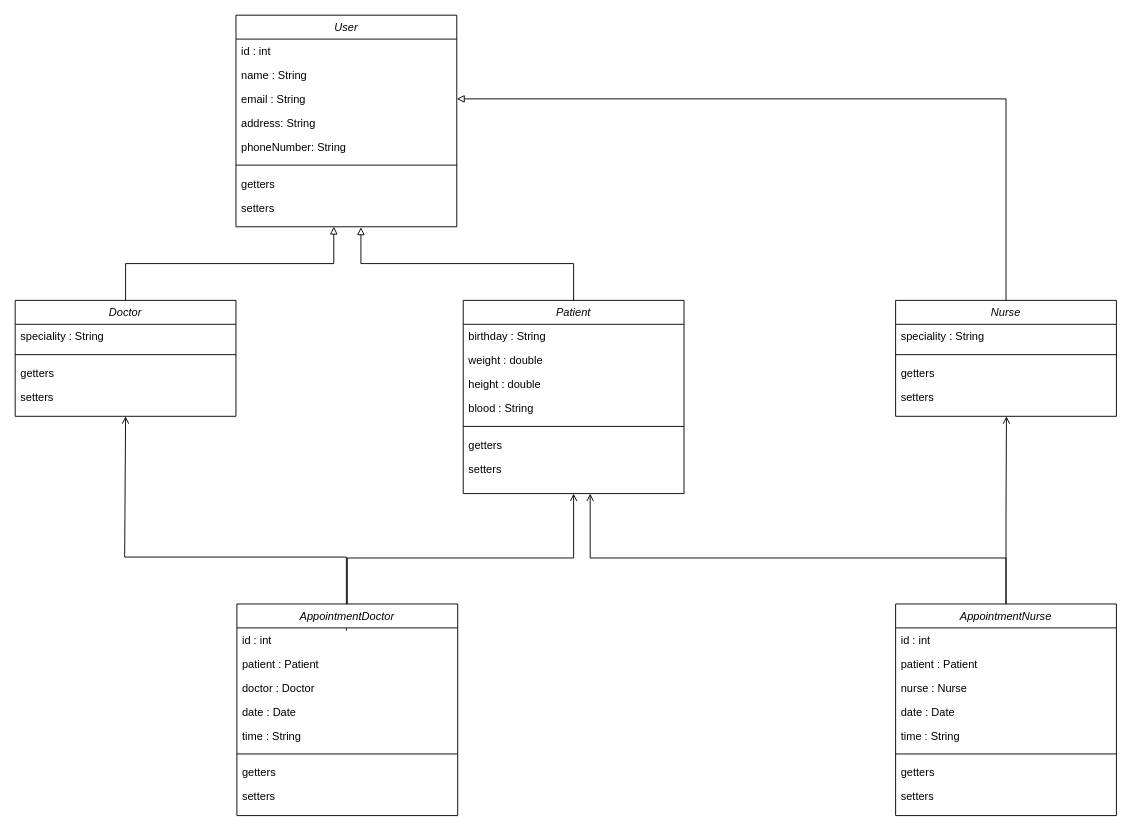
The draw.io diagram MyMedicalAppointments.drawio in jdrodriguez2707/object-oriented-java-se-course, before the edit. Source tidied: cells renumbered, new cells numbered last; positions are measured from the earlier drawing's top-left corner, leaving out a move shared by most shapes. Both pictures are drawn from the tidied source at 92%, with x=0, y=0 at pixel (15, 15).
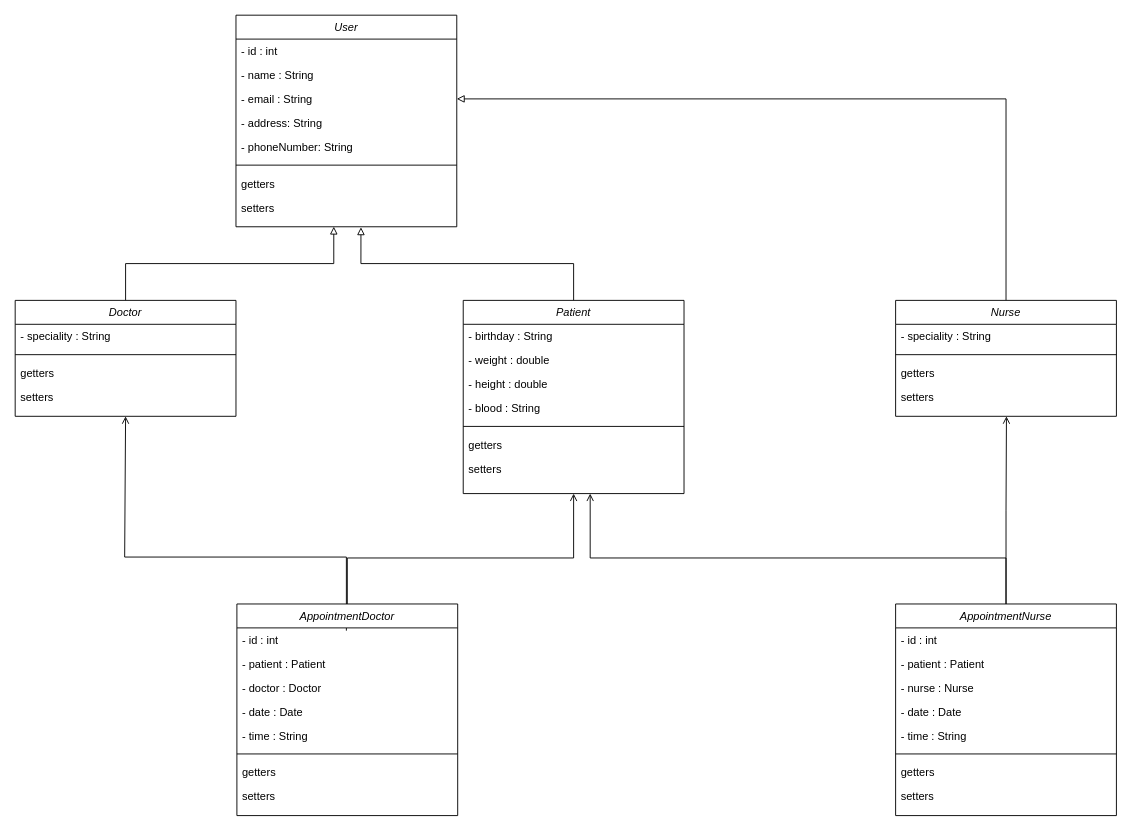
The same diagram, later.

Commit message (it also covers changes not shown here):
Update class diagram

Unchanged cells that the change refers to:
```xml
<mxCell id="2" value="User" style="swimlane;fontStyle=2;align=center;verticalAlign=top;horizontal=1;startSize=26;rounded=0;shadow=0;strokeWidth=1;" parent="1" vertex="1">
  <mxGeometry x="240" width="240" height="230" as="geometry" />
</mxCell>
<mxCell id="12" value="Doctor" style="swimlane;fontStyle=2;align=center;verticalAlign=top;horizontal=1;startSize=26;rounded=0;shadow=0;strokeWidth=1;" parent="1" vertex="1">
  <mxGeometry y="310" width="240" height="126" as="geometry" />
</mxCell>
<mxCell id="19" value="Patient" style="swimlane;fontStyle=2;align=center;verticalAlign=top;horizontal=1;startSize=26;rounded=0;shadow=0;strokeWidth=1;" parent="1" vertex="1">
  <mxGeometry x="487" y="310" width="240" height="210" as="geometry" />
</mxCell>
<mxCell id="29" value="AppointmentDoctor" style="swimlane;fontStyle=2;align=center;verticalAlign=top;horizontal=1;startSize=26;rounded=0;shadow=0;strokeWidth=1;" parent="1" vertex="1">
  <mxGeometry x="241" y="640" width="240" height="230" as="geometry" />
</mxCell>
<mxCell id="39" value="Nurse" style="swimlane;fontStyle=2;align=center;verticalAlign=top;horizontal=1;startSize=26;rounded=0;shadow=0;strokeWidth=1;" parent="1" vertex="1">
  <mxGeometry x="957" y="310" width="240" height="126" as="geometry" />
</mxCell>
<mxCell id="45" value="AppointmentNurse" style="swimlane;fontStyle=2;align=center;verticalAlign=top;horizontal=1;startSize=26;rounded=0;shadow=0;strokeWidth=1;" parent="1" vertex="1">
  <mxGeometry x="957" y="640" width="240" height="230" as="geometry" />
</mxCell>
```

Diff of the diagram source:
```diff
@@
-    <mxCell id="3" value="id : int" style="text;align=left;verticalAlign=top;spacingLeft=4;spacingRight=4;overflow=hidden;" parent="2" vertex="1">
+    <mxCell id="3" value="- id : int" style="text;align=left;verticalAlign=top;spacingLeft=4;spacingRight=4;overflow=hidden;" parent="2" vertex="1">
       <mxGeometry y="26" width="240" height="26" as="geometry" />
     </mxCell>
-    <mxCell id="4" value="name : String" style="text;align=left;verticalAlign=top;spacingLeft=4;spacingRight=4;overflow=hidden;rounded=0;shadow=0;html=0;" parent="2" vertex="1">
+    <mxCell id="4" value="- name : String" style="text;align=left;verticalAlign=top;spacingLeft=4;spacingRight=4;overflow=hidden;rounded=0;shadow=0;html=0;" parent="2" vertex="1">
       <mxGeometry y="52" width="240" height="26" as="geometry" />
     </mxCell>
-    <mxCell id="5" value="email : String&#10;" style="text;align=left;verticalAlign=top;spacingLeft=4;spacingRight=4;overflow=hidden;points=[[0,0.5],[1,0.5]];portConstraint=eastwest;rounded=0;shadow=0;html=0;" parent="2" vertex="1">
+    <mxCell id="5" value="- email : String&#10;" style="text;align=left;verticalAlign=top;spacingLeft=4;spacingRight=4;overflow=hidden;points=[[0,0.5],[1,0.5]];portConstraint=eastwest;rounded=0;shadow=0;html=0;" parent="2" vertex="1">
       <mxGeometry y="78" width="240" height="26" as="geometry" />
     </mxCell>
-    <mxCell id="6" value="address: String" style="text;align=left;verticalAlign=top;spacingLeft=4;spacingRight=4;overflow=hidden;rounded=0;shadow=0;html=0;" parent="2" vertex="1">
+    <mxCell id="6" value="- address: String" style="text;align=left;verticalAlign=top;spacingLeft=4;spacingRight=4;overflow=hidden;rounded=0;shadow=0;html=0;" parent="2" vertex="1">
       <mxGeometry y="104" width="240" height="26" as="geometry" />
     </mxCell>
-    <mxCell id="7" value="phoneNumber: String" style="text;align=left;verticalAlign=top;spacingLeft=4;spacingRight=4;overflow=hidden;rounded=0;shadow=0;html=0;" parent="2" vertex="1">
+    <mxCell id="7" value="- phoneNumber: String" style="text;align=left;verticalAlign=top;spacingLeft=4;spacingRight=4;overflow=hidden;rounded=0;shadow=0;html=0;" parent="2" vertex="1">
       <mxGeometry y="130" width="240" height="26" as="geometry" />
     </mxCell>
@@
-    <mxCell id="13" value="speciality : String" style="text;align=left;verticalAlign=top;spacingLeft=4;spacingRight=4;overflow=hidden;" parent="12" vertex="1">
+    <mxCell id="13" value="- speciality : String" style="text;align=left;verticalAlign=top;spacingLeft=4;spacingRight=4;overflow=hidden;" parent="12" vertex="1">
       <mxGeometry y="26" width="240" height="26" as="geometry" />
     </mxCell>
@@
-    <mxCell id="20" value="birthday : String" style="text;align=left;verticalAlign=top;spacingLeft=4;spacingRight=4;overflow=hidden;" parent="19" vertex="1">
+    <mxCell id="20" value="- birthday : String" style="text;align=left;verticalAlign=top;spacingLeft=4;spacingRight=4;overflow=hidden;" parent="19" vertex="1">
       <mxGeometry y="26" width="240" height="26" as="geometry" />
     </mxCell>
-    <mxCell id="21" value="weight : double" style="text;align=left;verticalAlign=top;spacingLeft=4;spacingRight=4;overflow=hidden;rounded=0;shadow=0;html=0;" parent="19" vertex="1">
+    <mxCell id="21" value="- weight : double" style="text;align=left;verticalAlign=top;spacingLeft=4;spacingRight=4;overflow=hidden;rounded=0;shadow=0;html=0;" parent="19" vertex="1">
       <mxGeometry y="52" width="240" height="26" as="geometry" />
     </mxCell>
-    <mxCell id="22" value="height : double" style="text;align=left;verticalAlign=top;spacingLeft=4;spacingRight=4;overflow=hidden;rounded=0;shadow=0;html=0;" parent="19" vertex="1">
+    <mxCell id="22" value="- height : double" style="text;align=left;verticalAlign=top;spacingLeft=4;spacingRight=4;overflow=hidden;rounded=0;shadow=0;html=0;" parent="19" vertex="1">
       <mxGeometry y="78" width="240" height="26" as="geometry" />
     </mxCell>
-    <mxCell id="23" value="blood : String" style="text;align=left;verticalAlign=top;spacingLeft=4;spacingRight=4;overflow=hidden;rounded=0;shadow=0;html=0;" parent="19" vertex="1">
+    <mxCell id="23" value="- blood : String" style="text;align=left;verticalAlign=top;spacingLeft=4;spacingRight=4;overflow=hidden;rounded=0;shadow=0;html=0;" parent="19" vertex="1">
       <mxGeometry y="104" width="240" height="26" as="geometry" />
     </mxCell>
@@
-    <mxCell id="30" value="id : int" style="text;align=left;verticalAlign=top;spacingLeft=4;spacingRight=4;overflow=hidden;" parent="29" vertex="1">
+    <mxCell id="30" value="- id : int        " style="text;align=left;verticalAlign=top;spacingLeft=4;spacingRight=4;overflow=hidden;" parent="29" vertex="1">
       <mxGeometry y="26" width="240" height="26" as="geometry" />
     </mxCell>
-    <mxCell id="31" value="patient : Patient" style="text;align=left;verticalAlign=top;spacingLeft=4;spacingRight=4;overflow=hidden;rounded=0;shadow=0;html=0;" parent="29" vertex="1">
+    <mxCell id="31" value="- patient : Patient" style="text;align=left;verticalAlign=top;spacingLeft=4;spacingRight=4;overflow=hidden;rounded=0;shadow=0;html=0;" parent="29" vertex="1">
       <mxGeometry y="52" width="240" height="26" as="geometry" />
     </mxCell>
-    <mxCell id="32" value="doctor : Doctor" style="text;align=left;verticalAlign=top;spacingLeft=4;spacingRight=4;overflow=hidden;rounded=0;shadow=0;html=0;" parent="29" vertex="1">
+    <mxCell id="32" value="- doctor : Doctor" style="text;align=left;verticalAlign=top;spacingLeft=4;spacingRight=4;overflow=hidden;rounded=0;shadow=0;html=0;" parent="29" vertex="1">
       <mxGeometry y="78" width="240" height="26" as="geometry" />
     </mxCell>
-    <mxCell id="33" value="date : Date" style="text;align=left;verticalAlign=top;spacingLeft=4;spacingRight=4;overflow=hidden;rounded=0;shadow=0;html=0;" parent="29" vertex="1">
+    <mxCell id="33" value="- date : Date" style="text;align=left;verticalAlign=top;spacingLeft=4;spacingRight=4;overflow=hidden;rounded=0;shadow=0;html=0;" parent="29" vertex="1">
       <mxGeometry y="104" width="240" height="26" as="geometry" />
     </mxCell>
-    <mxCell id="34" value="time : String" style="text;align=left;verticalAlign=top;spacingLeft=4;spacingRight=4;overflow=hidden;rounded=0;shadow=0;html=0;" parent="29" vertex="1">
+    <mxCell id="34" value="- time : String" style="text;align=left;verticalAlign=top;spacingLeft=4;spacingRight=4;overflow=hidden;rounded=0;shadow=0;html=0;" parent="29" vertex="1">
       <mxGeometry y="130" width="240" height="26" as="geometry" />
     </mxCell>
@@
-    <mxCell id="40" value="speciality : String" style="text;align=left;verticalAlign=top;spacingLeft=4;spacingRight=4;overflow=hidden;" parent="39" vertex="1">
+    <mxCell id="40" value="- speciality : String" style="text;align=left;verticalAlign=top;spacingLeft=4;spacingRight=4;overflow=hidden;" parent="39" vertex="1">
       <mxGeometry y="26" width="240" height="26" as="geometry" />
     </mxCell>
@@
-    <mxCell id="46" value="id : int" style="text;align=left;verticalAlign=top;spacingLeft=4;spacingRight=4;overflow=hidden;" parent="45" vertex="1">
+    <mxCell id="46" value="- id : int" style="text;align=left;verticalAlign=top;spacingLeft=4;spacingRight=4;overflow=hidden;" parent="45" vertex="1">
       <mxGeometry y="26" width="240" height="26" as="geometry" />
     </mxCell>
-    <mxCell id="47" value="patient : Patient" style="text;align=left;verticalAlign=top;spacingLeft=4;spacingRight=4;overflow=hidden;rounded=0;shadow=0;html=0;" parent="45" vertex="1">
+    <mxCell id="47" value="- patient : Patient" style="text;align=left;verticalAlign=top;spacingLeft=4;spacingRight=4;overflow=hidden;rounded=0;shadow=0;html=0;" parent="45" vertex="1">
       <mxGeometry y="52" width="240" height="26" as="geometry" />
     </mxCell>
-    <mxCell id="48" value="nurse : Nurse" style="text;align=left;verticalAlign=top;spacingLeft=4;spacingRight=4;overflow=hidden;rounded=0;shadow=0;html=0;" parent="45" vertex="1">
+    <mxCell id="48" value="- nurse : Nurse" style="text;align=left;verticalAlign=top;spacingLeft=4;spacingRight=4;overflow=hidden;rounded=0;shadow=0;html=0;" parent="45" vertex="1">
       <mxGeometry y="78" width="240" height="26" as="geometry" />
     </mxCell>
-    <mxCell id="49" value="date : Date" style="text;align=left;verticalAlign=top;spacingLeft=4;spacingRight=4;overflow=hidden;rounded=0;shadow=0;html=0;" parent="45" vertex="1">
+    <mxCell id="49" value="- date : Date" style="text;align=left;verticalAlign=top;spacingLeft=4;spacingRight=4;overflow=hidden;rounded=0;shadow=0;html=0;" parent="45" vertex="1">
       <mxGeometry y="104" width="240" height="26" as="geometry" />
     </mxCell>
-    <mxCell id="50" value="time : String" style="text;align=left;verticalAlign=top;spacingLeft=4;spacingRight=4;overflow=hidden;rounded=0;shadow=0;html=0;" parent="45" vertex="1">
+    <mxCell id="50" value="- time : String" style="text;align=left;verticalAlign=top;spacingLeft=4;spacingRight=4;overflow=hidden;rounded=0;shadow=0;html=0;" parent="45" vertex="1">
       <mxGeometry y="130" width="240" height="26" as="geometry" />
     </mxCell>
```
